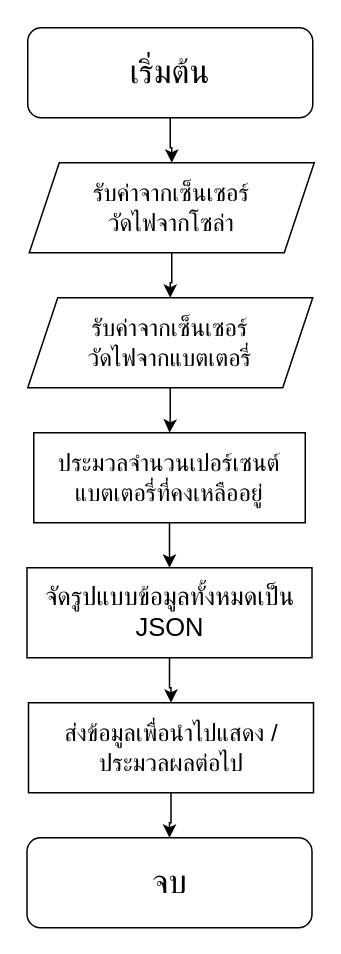
Before: page "bms-report-api" (1 of 2) of function.drawio in toonshouin/psc-flowchart-workshop, a draw.io diagram. Source tidied: cells renumbered, new cells numbered last; positions are measured from the earlier drawing's top-left corner, leaving out a move shared by most shapes. Both pictures are drawn from the tidied source at 150%, with x=0, y=0 at pixel (26, 27).
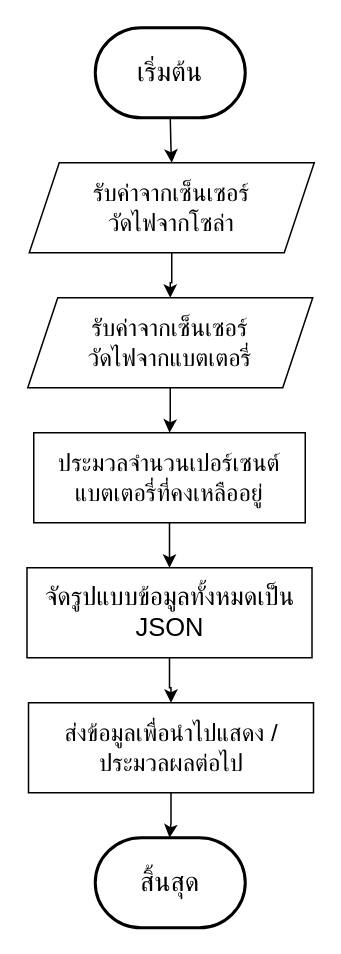
Above is the later version.

The edit, as a diff of the source:
```diff
@@
 <mxGraphModel>
   <root>
     <mxCell id="0" />
     <mxCell id="1" parent="0" />
-    <mxCell id="2" style="edgeStyle=orthogonalEdgeStyle;rounded=0;jettySize=auto;html=1;" parent="1" edge="1" source="3" target="5">
-      <mxGeometry relative="1" as="geometry" />
+    <mxCell id="2" style="edgeStyle=orthogonalEdgeStyle;rounded=0;jettySize=auto;html=1;" parent="1" edge="1" target="5">
+      <mxGeometry relative="1" as="geometry">
+        <mxPoint x="96" y="60" as="sourcePoint" />
+      </mxGeometry>
     </mxCell>
-    <mxCell id="3" value="เริ่มต้น" style="rounded=1;whiteSpace=wrap;html=1;fontSize=22;" parent="1" vertex="1">
-      <mxGeometry x="1" width="190" height="60" as="geometry" />
-    </mxCell>
     <mxCell id="4" style="edgeStyle=orthogonalEdgeStyle;rounded=0;jettySize=auto;html=1;" parent="1" edge="1" source="5" target="7">
       <mxGeometry relative="1" as="geometry" />
     </mxCell>
     <mxCell id="5" value="&lt;div&gt;รับค่าจากเซ็นเซอร์&lt;/div&gt;&lt;div&gt;วัดไฟจากโซล่า&lt;/div&gt;" style="shape=parallelogram;perimeter=parallelogramPerimeter;whiteSpace=wrap;html=1;fixedSize=1;fontSize=16;" parent="1" vertex="1">
       <mxGeometry x="2" y="90" width="190" height="60" as="geometry" />
     </mxCell>
     <mxCell id="6" style="edgeStyle=orthogonalEdgeStyle;rounded=0;jettySize=auto;html=1;" parent="1" edge="1" source="7" target="9">
       <mxGeometry relative="1" as="geometry" />
     </mxCell>
     <mxCell id="7" value="&lt;div&gt;รับค่าจากเซ็นเซอร์&lt;/div&gt;&lt;div&gt;วัดไฟจากแบตเตอรี่&lt;/div&gt;" style="shape=parallelogram;perimeter=parallelogramPerimeter;whiteSpace=wrap;html=1;fixedSize=1;fontSize=16;" parent="1" vertex="1">
       <mxGeometry x="1" y="180" width="190" height="60" as="geometry" />
     </mxCell>
     <mxCell id="8" style="edgeStyle=orthogonalEdgeStyle;rounded=0;jettySize=auto;html=1;" parent="1" edge="1" source="9" target="11">
       <mxGeometry relative="1" as="geometry" />
     </mxCell>
     <mxCell id="9" value="&lt;div&gt;ประมวลจำนวนเปอร์เซนต์แบตเตอรี่ที่คงเหลืออยู่&lt;/div&gt;" style="rounded=0;whiteSpace=wrap;html=1;fontSize=16;" parent="1" vertex="1">
       <mxGeometry x="5" y="270" width="181" height="60" as="geometry" />
     </mxCell>
     <mxCell id="10" style="edgeStyle=orthogonalEdgeStyle;rounded=0;jettySize=auto;html=1;" parent="1" edge="1" source="11" target="13">
       <mxGeometry relative="1" as="geometry" />
     </mxCell>
     <mxCell id="11" value="&lt;font style=&quot;font-size: 17px;&quot;&gt;จัดรูปแบบข้อมูลทั้งหมดเป็น JSON&lt;/font&gt;" style="whiteSpace=wrap;html=1;fontSize=16;rounded=0;" parent="1" vertex="1">
       <mxGeometry x="0.5" y="360" width="190" height="60" as="geometry" />
     </mxCell>
-    <mxCell id="12" style="edgeStyle=orthogonalEdgeStyle;rounded=0;jettySize=auto;html=1;" parent="1" edge="1" source="13" target="14">
-      <mxGeometry relative="1" as="geometry" />
+    <mxCell id="12" style="edgeStyle=orthogonalEdgeStyle;rounded=0;jettySize=auto;html=1;" parent="1" edge="1" source="13">
+      <mxGeometry relative="1" as="geometry">
+        <mxPoint x="95.5" y="540" as="targetPoint" />
+      </mxGeometry>
     </mxCell>
     <mxCell id="13" value="ส่งข้อมูลเพื่อนำไปแสดง / ประมวลผลต่อไป" style="whiteSpace=wrap;html=1;fontSize=16;rounded=0;" parent="1" vertex="1">
       <mxGeometry x="1.5" y="450" width="190" height="60" as="geometry" />
     </mxCell>
-    <mxCell id="14" value="จบ" style="rounded=1;whiteSpace=wrap;html=1;fontSize=22;" parent="1" vertex="1">
-      <mxGeometry x="0.5" y="540" width="190" height="60" as="geometry" />
-    </mxCell>
+    <mxCell id="3" value="เริ่มต้น" style="strokeWidth=2;html=1;shape=mxgraph.flowchart.terminator;whiteSpace=wrap;fontSize=18;" parent="1" vertex="1">
+      <mxGeometry x="46" width="100" height="60" as="geometry" />
+    </mxCell>
+    <mxCell id="15" value="สิ้นสุด" style="strokeWidth=2;html=1;shape=mxgraph.flowchart.terminator;whiteSpace=wrap;fontSize=18;" parent="1" vertex="1">
+      <mxGeometry x="46" y="540" width="100" height="60" as="geometry" />
+    </mxCell>
   </root>
 </mxGraphModel>
```
